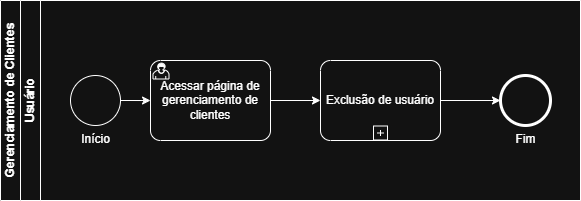
lsivolella/Servify keeps this draw.io diagram as docs/images/bpmn/gestao-de-usuario/bpmn-gestao-de-usuario-sp9.png. Above is the earlier version. Source tidied: cells renumbered, new cells last; positions are measured from the earlier drawing's top-left corner, leaving out a move shared by most shapes. The source it was exported from:
```xml
<mxGraphModel>
  <root>
    <mxCell id="0" />
    <mxCell id="1" parent="0" />
    <mxCell id="2" value="Gerenciamento de Clientes" style="swimlane;horizontal=0;startSize=20;html=1;" parent="1" vertex="1">
      <mxGeometry width="580" height="200" as="geometry" />
    </mxCell>
    <mxCell id="3" value="Usuário" style="swimlane;startSize=20;horizontal=0;html=1;" parent="2" vertex="1">
      <mxGeometry x="20" width="560" height="200" as="geometry" />
    </mxCell>
    <mxCell id="4" style="edgeStyle=orthogonalEdgeStyle;rounded=0;jettySize=auto;html=1;" parent="3" edge="1" source="5">
      <mxGeometry relative="1" as="geometry">
        <mxPoint x="130" y="100" as="targetPoint" />
      </mxGeometry>
    </mxCell>
    <mxCell id="5" value="Início" style="points=[[0.145,0.145,0],[0.5,0,0],[0.855,0.145,0],[1,0.5,0],[0.855,0.855,0],[0.5,1,0],[0.145,0.855,0],[0,0.5,0]];shape=mxgraph.bpmn.event;html=1;verticalLabelPosition=bottom;labelBackgroundColor=#ffffff;verticalAlign=top;align=center;perimeter=ellipsePerimeter;outlineConnect=0;outline=standard;symbol=general;" parent="3" vertex="1">
      <mxGeometry x="50" y="75" width="50" height="50" as="geometry" />
    </mxCell>
    <mxCell id="6" value="Acessar página de gerenciamento de clientes" style="points=[[0.25,0,0],[0.5,0,0],[0.75,0,0],[1,0.25,0],[1,0.5,0],[1,0.75,0],[0.75,1,0],[0.5,1,0],[0.25,1,0],[0,0.75,0],[0,0.5,0],[0,0.25,0]];shape=mxgraph.bpmn.task2;whiteSpace=wrap;rectStyle=rounded;size=10;html=1;taskMarker=user;" parent="3" vertex="1">
      <mxGeometry x="130" y="60" width="120" height="80" as="geometry" />
    </mxCell>
    <mxCell id="7" value="Exclusão de usuário" style="points=[[0.25,0,0],[0.5,0,0],[0.75,0,0],[1,0.25,0],[1,0.5,0],[1,0.75,0],[0.75,1,0],[0.5,1,0],[0.25,1,0],[0,0.75,0],[0,0.5,0],[0,0.25,0]];shape=mxgraph.bpmn.task2;whiteSpace=wrap;rectStyle=rounded;size=10;html=1;taskMarker=abstract;isLoopSub=1;" parent="3" vertex="1">
      <mxGeometry x="300" y="60" width="120" height="80" as="geometry" />
    </mxCell>
    <mxCell id="8" style="edgeStyle=orthogonalEdgeStyle;rounded=0;jettySize=auto;html=1;entryX=0;entryY=0.5;entryDx=0;entryDy=0;entryPerimeter=0;" parent="3" edge="1" source="6" target="7">
      <mxGeometry relative="1" as="geometry" />
    </mxCell>
    <mxCell id="9" value="Fim" style="points=[[0.145,0.145,0],[0.5,0,0],[0.855,0.145,0],[1,0.5,0],[0.855,0.855,0],[0.5,1,0],[0.145,0.855,0],[0,0.5,0]];shape=mxgraph.bpmn.event;html=1;verticalLabelPosition=bottom;labelBackgroundColor=#ffffff;verticalAlign=top;align=center;perimeter=ellipsePerimeter;outlineConnect=0;outline=end;symbol=terminate2;" parent="3" vertex="1">
      <mxGeometry x="480" y="75" width="50" height="50" as="geometry" />
    </mxCell>
    <mxCell id="10" style="edgeStyle=orthogonalEdgeStyle;rounded=0;jettySize=auto;html=1;entryX=0;entryY=0.5;entryDx=0;entryDy=0;entryPerimeter=0;" parent="3" edge="1" source="7" target="9">
      <mxGeometry relative="1" as="geometry" />
    </mxCell>
  </root>
</mxGraphModel>
```
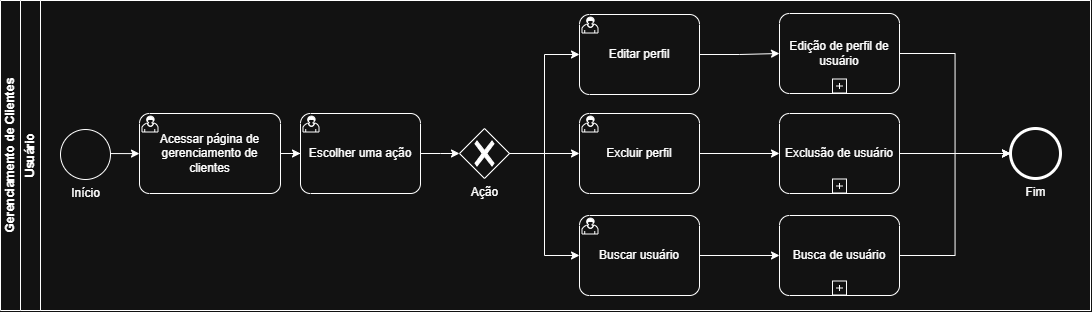
After the commit.

Commit message:
Ajuste no diagrama de gestao de cliente

Change to the diagram source:
```diff
@@ -3,33 +3,81 @@
     <mxCell id="0" />
     <mxCell id="1" parent="0" />
     <mxCell id="2" value="Gerenciamento de Clientes" style="swimlane;horizontal=0;startSize=20;html=1;" parent="1" vertex="1">
-      <mxGeometry width="580" height="200" as="geometry" />
+      <mxGeometry width="1090" height="310" as="geometry" />
     </mxCell>
     <mxCell id="3" value="Usuário" style="swimlane;startSize=20;horizontal=0;html=1;" parent="2" vertex="1">
-      <mxGeometry x="20" width="560" height="200" as="geometry" />
+      <mxGeometry x="20" width="1070" height="310" as="geometry" />
     </mxCell>
-    <mxCell id="4" style="edgeStyle=orthogonalEdgeStyle;rounded=0;jettySize=auto;html=1;" parent="3" edge="1" source="5">
-      <mxGeometry relative="1" as="geometry">
-        <mxPoint x="130" y="100" as="targetPoint" />
-      </mxGeometry>
+    <mxCell id="4" value="Início" style="shape=mxgraph.bpmn.event;html=1;verticalLabelPosition=bottom;labelBackgroundColor=#ffffff;verticalAlign=top;align=center;perimeter=ellipsePerimeter;outline=standard;symbol=general;" parent="3" vertex="1">
+      <mxGeometry x="40" y="129" width="50" height="50" as="geometry" />
     </mxCell>
-    <mxCell id="5" value="Início" style="points=[[0.145,0.145,0],[0.5,0,0],[0.855,0.145,0],[1,0.5,0],[0.855,0.855,0],[0.5,1,0],[0.145,0.855,0],[0,0.5,0]];shape=mxgraph.bpmn.event;html=1;verticalLabelPosition=bottom;labelBackgroundColor=#ffffff;verticalAlign=top;align=center;perimeter=ellipsePerimeter;outlineConnect=0;outline=standard;symbol=general;" parent="3" vertex="1">
-      <mxGeometry x="50" y="75" width="50" height="50" as="geometry" />
+    <mxCell id="5" value="Ação" style="points=[[0.25,0.25,0],[0.5,0,0],[0.75,0.25,0],[1,0.5,0],[0.75,0.75,0],[0.5,1,0],[0.25,0.75,0],[0,0.5,0]];shape=mxgraph.bpmn.gateway2;html=1;verticalLabelPosition=bottom;labelBackgroundColor=#ffffff;verticalAlign=top;align=center;perimeter=rhombusPerimeter;outlineConnect=0;outline=none;symbol=none;gwType=exclusive;" parent="3" vertex="1">
+      <mxGeometry x="439" y="128" width="50" height="50" as="geometry" />
     </mxCell>
-    <mxCell id="6" value="Acessar página de gerenciamento de clientes" style="points=[[0.25,0,0],[0.5,0,0],[0.75,0,0],[1,0.25,0],[1,0.5,0],[1,0.75,0],[0.75,1,0],[0.5,1,0],[0.25,1,0],[0,0.75,0],[0,0.5,0],[0,0.25,0]];shape=mxgraph.bpmn.task2;whiteSpace=wrap;rectStyle=rounded;size=10;html=1;taskMarker=user;" parent="3" vertex="1">
-      <mxGeometry x="130" y="60" width="120" height="80" as="geometry" />
+    <mxCell id="6" value="Editar perfil" style="points=[[0.25,0,0],[0.5,0,0],[0.75,0,0],[1,0.25,0],[1,0.5,0],[1,0.75,0],[0.75,1,0],[0.5,1,0],[0.25,1,0],[0,0.75,0],[0,0.5,0],[0,0.25,0]];shape=mxgraph.bpmn.task2;whiteSpace=wrap;rectStyle=rounded;size=10;html=1;taskMarker=user;" parent="3" vertex="1">
+      <mxGeometry x="559" y="14" width="120" height="80" as="geometry" />
     </mxCell>
-    <mxCell id="7" value="Exclusão de usuário" style="points=[[0.25,0,0],[0.5,0,0],[0.75,0,0],[1,0.25,0],[1,0.5,0],[1,0.75,0],[0.75,1,0],[0.5,1,0],[0.25,1,0],[0,0.75,0],[0,0.5,0],[0,0.25,0]];shape=mxgraph.bpmn.task2;whiteSpace=wrap;rectStyle=rounded;size=10;html=1;taskMarker=abstract;isLoopSub=1;" parent="3" vertex="1">
-      <mxGeometry x="300" y="60" width="120" height="80" as="geometry" />
+    <mxCell id="7" value="Acessar página de gerenciamento de clientes" style="points=[[0.25,0,0],[0.5,0,0],[0.75,0,0],[1,0.25,0],[1,0.5,0],[1,0.75,0],[0.75,1,0],[0.5,1,0],[0.25,1,0],[0,0.75,0],[0,0.5,0],[0,0.25,0]];shape=mxgraph.bpmn.task2;whiteSpace=wrap;rectStyle=rounded;size=10;html=1;taskMarker=user;" parent="3" vertex="1">
+      <mxGeometry x="119" y="113" width="141" height="80" as="geometry" />
     </mxCell>
-    <mxCell id="8" style="edgeStyle=orthogonalEdgeStyle;rounded=0;jettySize=auto;html=1;entryX=0;entryY=0.5;entryDx=0;entryDy=0;entryPerimeter=0;" parent="3" edge="1" source="6" target="7">
-      <mxGeometry relative="1" as="geometry" />
+    <mxCell id="8" value="Escolher uma ação" style="points=[[0.25,0,0],[0.5,0,0],[0.75,0,0],[1,0.25,0],[1,0.5,0],[1,0.75,0],[0.75,1,0],[0.5,1,0],[0.25,1,0],[0,0.75,0],[0,0.5,0],[0,0.25,0]];shape=mxgraph.bpmn.task2;whiteSpace=wrap;rectStyle=rounded;size=10;html=1;taskMarker=user;" parent="3" vertex="1">
+      <mxGeometry x="280" y="113" width="120" height="80" as="geometry" />
     </mxCell>
-    <mxCell id="9" value="Fim" style="points=[[0.145,0.145,0],[0.5,0,0],[0.855,0.145,0],[1,0.5,0],[0.855,0.855,0],[0.5,1,0],[0.145,0.855,0],[0,0.5,0]];shape=mxgraph.bpmn.event;html=1;verticalLabelPosition=bottom;labelBackgroundColor=#ffffff;verticalAlign=top;align=center;perimeter=ellipsePerimeter;outlineConnect=0;outline=end;symbol=terminate2;" parent="3" vertex="1">
-      <mxGeometry x="480" y="75" width="50" height="50" as="geometry" />
+    <mxCell id="9" style="edgeStyle=orthogonalEdgeStyle;rounded=0;jettySize=auto;html=1;entryX=0;entryY=0.5;entryDx=0;entryDy=0;entryPerimeter=0;" parent="3" edge="1" target="7">
+      <mxGeometry relative="1" as="geometry">
+        <mxPoint x="90" y="153.1" as="sourcePoint" />
+      </mxGeometry>
     </mxCell>
-    <mxCell id="10" style="edgeStyle=orthogonalEdgeStyle;rounded=0;jettySize=auto;html=1;entryX=0;entryY=0.5;entryDx=0;entryDy=0;entryPerimeter=0;" parent="3" edge="1" source="7" target="9">
+    <mxCell id="10" style="edgeStyle=orthogonalEdgeStyle;rounded=0;jettySize=auto;html=1;entryX=0;entryY=0.5;entryDx=0;entryDy=0;entryPerimeter=0;" parent="3" edge="1" source="7" target="8">
       <mxGeometry relative="1" as="geometry" />
     </mxCell>
+    <mxCell id="11" style="edgeStyle=orthogonalEdgeStyle;rounded=0;jettySize=auto;html=1;entryX=0;entryY=0.5;entryDx=0;entryDy=0;entryPerimeter=0;" parent="3" edge="1" source="8" target="5">
+      <mxGeometry relative="1" as="geometry" />
+    </mxCell>
+    <mxCell id="12" value="Excluir perfil" style="points=[[0.25,0,0],[0.5,0,0],[0.75,0,0],[1,0.25,0],[1,0.5,0],[1,0.75,0],[0.75,1,0],[0.5,1,0],[0.25,1,0],[0,0.75,0],[0,0.5,0],[0,0.25,0]];shape=mxgraph.bpmn.task2;whiteSpace=wrap;rectStyle=rounded;size=10;html=1;taskMarker=user;" parent="3" vertex="1">
+      <mxGeometry x="559" y="113" width="120" height="80" as="geometry" />
+    </mxCell>
+    <mxCell id="13" style="edgeStyle=orthogonalEdgeStyle;rounded=0;jettySize=auto;html=1;entryX=0;entryY=0.5;entryDx=0;entryDy=0;entryPerimeter=0;" parent="3" edge="1" source="5" target="12">
+      <mxGeometry relative="1" as="geometry" />
+    </mxCell>
+    <mxCell id="14" value="Edição de perfil de usuário" style="points=[[0.25,0,0],[0.5,0,0],[0.75,0,0],[1,0.25,0],[1,0.5,0],[1,0.75,0],[0.75,1,0],[0.5,1,0],[0.25,1,0],[0,0.75,0],[0,0.5,0],[0,0.25,0]];shape=mxgraph.bpmn.task2;whiteSpace=wrap;rectStyle=rounded;size=10;html=1;taskMarker=abstract;isLoopSub=1;" parent="3" vertex="1">
+      <mxGeometry x="759" y="13" width="120" height="80" as="geometry" />
+    </mxCell>
+    <mxCell id="15" style="edgeStyle=orthogonalEdgeStyle;rounded=0;jettySize=auto;html=1;entryX=0;entryY=0.5;entryDx=0;entryDy=0;entryPerimeter=0;" parent="3" edge="1" source="6" target="14">
+      <mxGeometry relative="1" as="geometry" />
+    </mxCell>
+    <mxCell id="16" value="Exclusão de usuário" style="points=[[0.25,0,0],[0.5,0,0],[0.75,0,0],[1,0.25,0],[1,0.5,0],[1,0.75,0],[0.75,1,0],[0.5,1,0],[0.25,1,0],[0,0.75,0],[0,0.5,0],[0,0.25,0]];shape=mxgraph.bpmn.task2;whiteSpace=wrap;rectStyle=rounded;size=10;html=1;taskMarker=abstract;isLoopSub=1;" parent="3" vertex="1">
+      <mxGeometry x="759" y="113" width="120" height="80" as="geometry" />
+    </mxCell>
+    <mxCell id="17" style="edgeStyle=orthogonalEdgeStyle;rounded=0;jettySize=auto;html=1;entryX=0;entryY=0.5;entryDx=0;entryDy=0;entryPerimeter=0;" parent="3" edge="1" source="5" target="6">
+      <mxGeometry relative="1" as="geometry" />
+    </mxCell>
+    <mxCell id="18" style="edgeStyle=orthogonalEdgeStyle;rounded=0;jettySize=auto;html=1;entryX=0;entryY=0.5;entryDx=0;entryDy=0;entryPerimeter=0;" parent="3" edge="1" source="12" target="16">
+      <mxGeometry relative="1" as="geometry" />
+    </mxCell>
+    <mxCell id="19" value="Fim" style="points=[[0.145,0.145,0],[0.5,0,0],[0.855,0.145,0],[1,0.5,0],[0.855,0.855,0],[0.5,1,0],[0.145,0.855,0],[0,0.5,0]];shape=mxgraph.bpmn.event;html=1;verticalLabelPosition=bottom;labelBackgroundColor=#ffffff;verticalAlign=top;align=center;perimeter=ellipsePerimeter;outlineConnect=0;outline=end;symbol=terminate2;" parent="3" vertex="1">
+      <mxGeometry x="990" y="128" width="50" height="50" as="geometry" />
+    </mxCell>
+    <mxCell id="20" style="edgeStyle=orthogonalEdgeStyle;rounded=0;jettySize=auto;html=1;entryX=0;entryY=0.5;entryDx=0;entryDy=0;entryPerimeter=0;" parent="3" edge="1" source="16" target="19">
+      <mxGeometry relative="1" as="geometry" />
+    </mxCell>
+    <mxCell id="21" style="edgeStyle=orthogonalEdgeStyle;rounded=0;jettySize=auto;html=1;" parent="3" edge="1" source="22" target="23">
+      <mxGeometry relative="1" as="geometry" />
+    </mxCell>
+    <mxCell id="22" value="Buscar usuário" style="points=[[0.25,0,0],[0.5,0,0],[0.75,0,0],[1,0.25,0],[1,0.5,0],[1,0.75,0],[0.75,1,0],[0.5,1,0],[0.25,1,0],[0,0.75,0],[0,0.5,0],[0,0.25,0]];shape=mxgraph.bpmn.task2;whiteSpace=wrap;rectStyle=rounded;size=10;html=1;taskMarker=user;" parent="3" vertex="1">
+      <mxGeometry x="559" y="215" width="120" height="80" as="geometry" />
+    </mxCell>
+    <mxCell id="23" value="Busca de usuário" style="points=[[0.25,0,0],[0.5,0,0],[0.75,0,0],[1,0.25,0],[1,0.5,0],[1,0.75,0],[0.75,1,0],[0.5,1,0],[0.25,1,0],[0,0.75,0],[0,0.5,0],[0,0.25,0]];shape=mxgraph.bpmn.task2;whiteSpace=wrap;rectStyle=rounded;size=10;html=1;taskMarker=abstract;isLoopSub=1;" parent="3" vertex="1">
+      <mxGeometry x="759" y="215" width="120" height="80" as="geometry" />
+    </mxCell>
+    <mxCell id="24" style="edgeStyle=orthogonalEdgeStyle;rounded=0;jettySize=auto;html=1;entryX=0;entryY=0.5;entryDx=0;entryDy=0;entryPerimeter=0;" parent="3" edge="1" source="14" target="19">
+      <mxGeometry relative="1" as="geometry" />
+    </mxCell>
+    <mxCell id="25" style="edgeStyle=orthogonalEdgeStyle;rounded=0;jettySize=auto;html=1;entryX=0;entryY=0.5;entryDx=0;entryDy=0;entryPerimeter=0;" parent="3" edge="1" source="23" target="19">
+      <mxGeometry relative="1" as="geometry" />
+    </mxCell>
+    <mxCell id="26" style="edgeStyle=orthogonalEdgeStyle;rounded=0;jettySize=auto;html=1;entryX=0;entryY=0.5;entryDx=0;entryDy=0;entryPerimeter=0;" parent="3" edge="1" source="5" target="22">
+      <mxGeometry relative="1" as="geometry" />
+    </mxCell>
   </root>
 </mxGraphModel>
```
